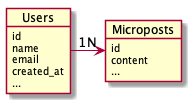
This is out/tmp/uml/13.1.1_01/13.1.1_01.png from chiku-wa/sample_app, a PlantUML export, as it was before one commit. Its diagram source:
```plantuml
@startuml

object Users {
  id
  name
  email
  created_at
  ...
}

object Microposts {
  id
  content
  ...
}

Users "1" -r-> "N" Microposts

@enduml
```
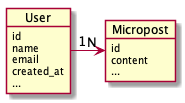
The same file after the commit.

Commit message:
[add, change]Add `has_many` to User model, and improve test case.

Diff of the diagram source:
```diff
@@ -1,6 +1,6 @@
 @startuml
 
-object Users {
+object User {
   id
   name
   email
@@ -8,12 +8,12 @@
   ...
 }
 
-object Microposts {
+object Micropost {
   id
   content
   ...
 }
 
-Users "1" -r-> "N" Microposts
+User "1" -r-> "N" Micropost
 
 @enduml
```
